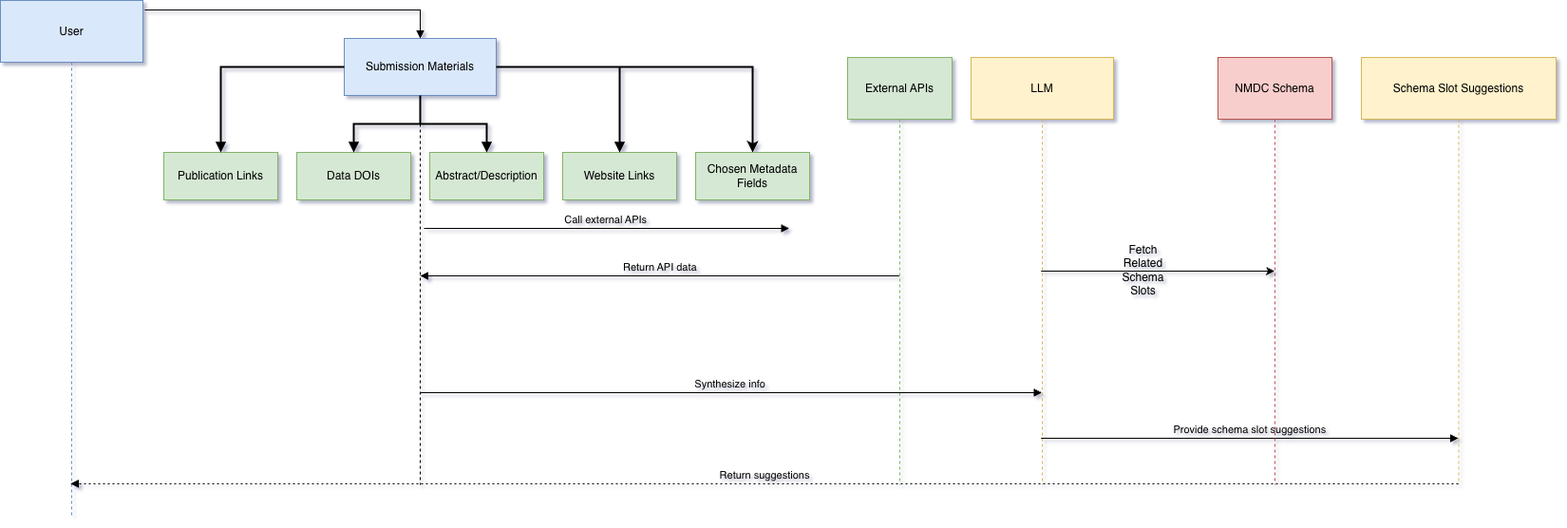
Before: arch.png, a diagram exported from draw.io (microbiomedata/nmdc-metadata-suggestor-ai-tool). Source tidied: cells renumbered, new cells last; positions are measured from the earlier drawing's top-left corner, leaving out a move shared by most shapes.
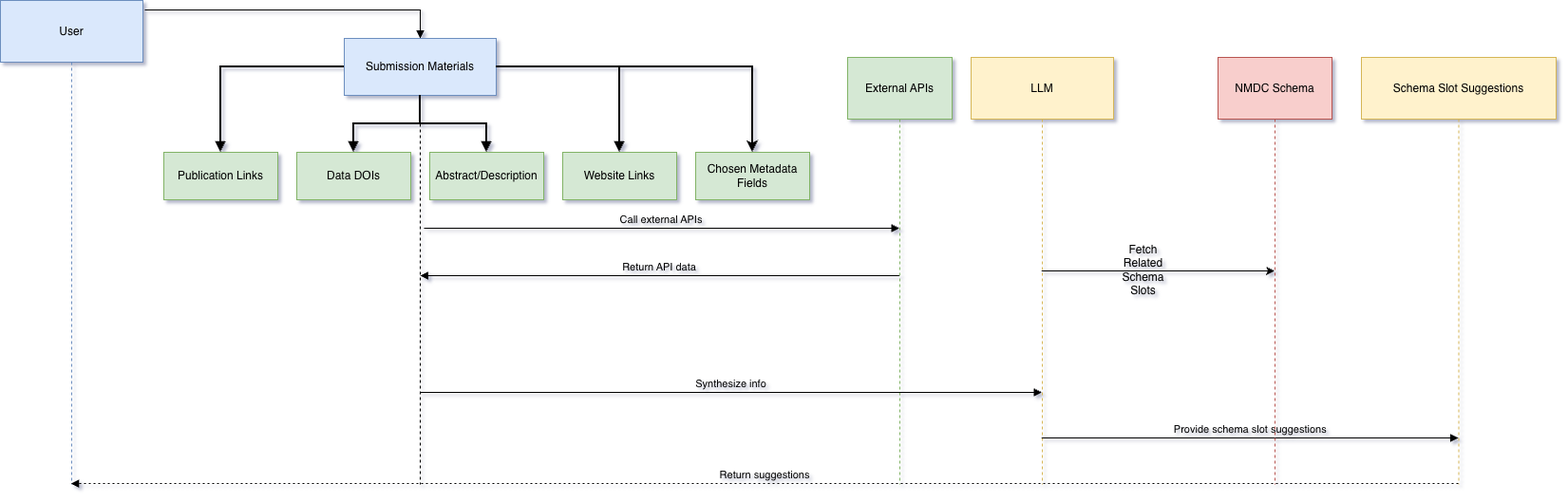
After the commit.

Change to the diagram source:
```diff
@@ -3,7 +3,7 @@
     <mxCell id="0" />
     <mxCell id="1" parent="0" />
     <mxCell id="2" value="User" style="shape=umlLifeline;perimeter=lifelinePerimeter;whiteSpace=wrap;outlineConnect=0;portConstraint=eastwest;newEdgeStyle={&quot;edgeStyle&quot;:&quot;elbowEdgeStyle&quot;,&quot;elbow&quot;:&quot;vertical&quot;,&quot;curved&quot;:0,&quot;rounded&quot;:0};size=65;fillColor=#dae8fc;strokeColor=#6c8ebf;labelBackgroundColor=none;" parent="1" vertex="1">
-      <mxGeometry width="150" height="544" as="geometry" />
+      <mxGeometry width="150" height="510" as="geometry" />
     </mxCell>
     <mxCell id="3" value="External APIs" style="shape=umlLifeline;perimeter=lifelinePerimeter;whiteSpace=wrap;outlineConnect=0;portConstraint=eastwest;newEdgeStyle={&quot;edgeStyle&quot;:&quot;elbowEdgeStyle&quot;,&quot;elbow&quot;:&quot;vertical&quot;,&quot;curved&quot;:0,&quot;rounded&quot;:0};size=65;fillColor=#d5e8d4;strokeColor=#82b366;labelBackgroundColor=none;" parent="1" vertex="1">
       <mxGeometry x="892" y="60" width="110" height="450" as="geometry" />
@@ -30,10 +30,9 @@
         </Array>
       </mxGeometry>
     </mxCell>
-    <mxCell id="9" value="Call external APIs" style="verticalAlign=bottom;edgeStyle=elbowEdgeStyle;elbow=vertical;curved=0;rounded=0;endArrow=block;labelBackgroundColor=none;" parent="1" edge="1">
+    <mxCell id="9" value="Call external APIs" style="verticalAlign=bottom;edgeStyle=elbowEdgeStyle;elbow=vertical;curved=0;rounded=0;endArrow=block;labelBackgroundColor=none;" parent="1" edge="1" target="3">
       <mxGeometry relative="1" as="geometry">
         <mxPoint x="446" y="240" as="sourcePoint" />
-        <mxPoint x="830.5" y="240" as="targetPoint" />
         <Array as="points">
           <mxPoint x="528" y="240" />
         </Array>
```
